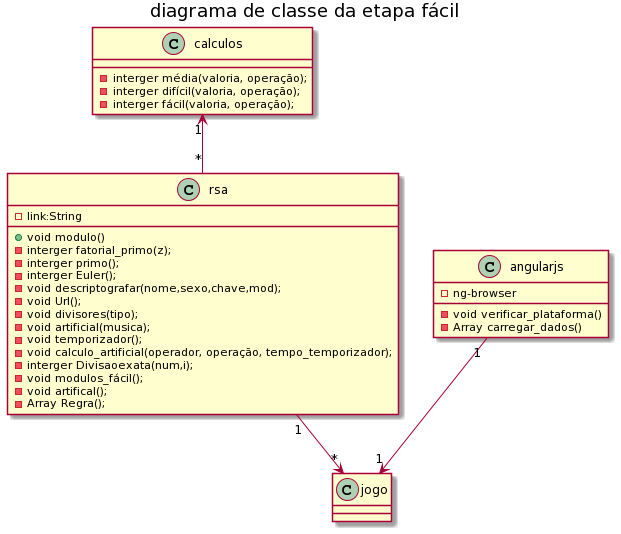
Before: imagens/diagrama de classe da etapa fácil.png, a diagram exported from PlantUML (guimaraesprogramador/Desafio).
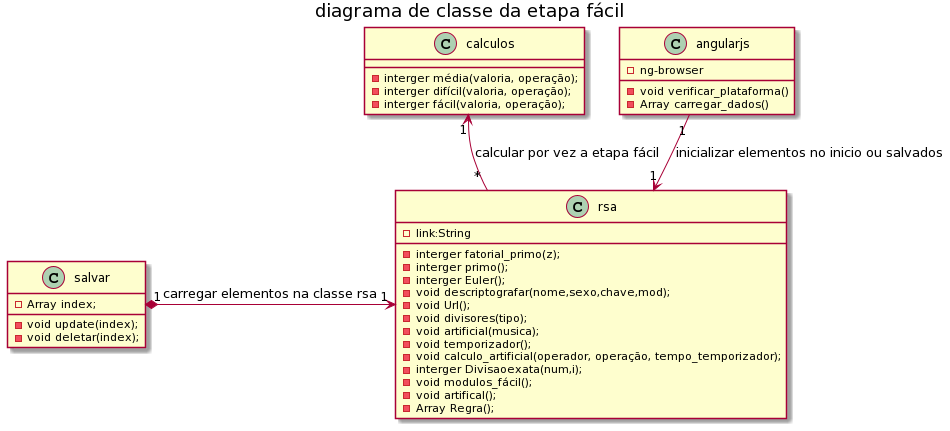
The same diagram one commit later.

What changed in the source:
```diff
@@ -8,7 +8,6 @@
 }
 Class "rsa"{
  -link:String
- +void modulo()
  -interger fatorial_primo(z);
 -interger primo();
 -interger Euler();
@@ -29,7 +28,12 @@
  -void verificar_plataforma()
  - Array carregar_dados()
 }
-calculos"1" <-- "*" rsa
-rsa "1" -->"*" jogo
-angularjs "1" -->"1" jogo
+class salvar{
+- Array index;
+-void update(index);
+- void deletar(index);
+}
+calculos"1" <-- "*" rsa: calcular por vez a etapa fácil
+angularjs "1" -->"1" rsa: inicializar elementos no inicio ou salvados
+salvar "1" *-> "1" rsa: carregar elementos na classe rsa
 @enduml
```
